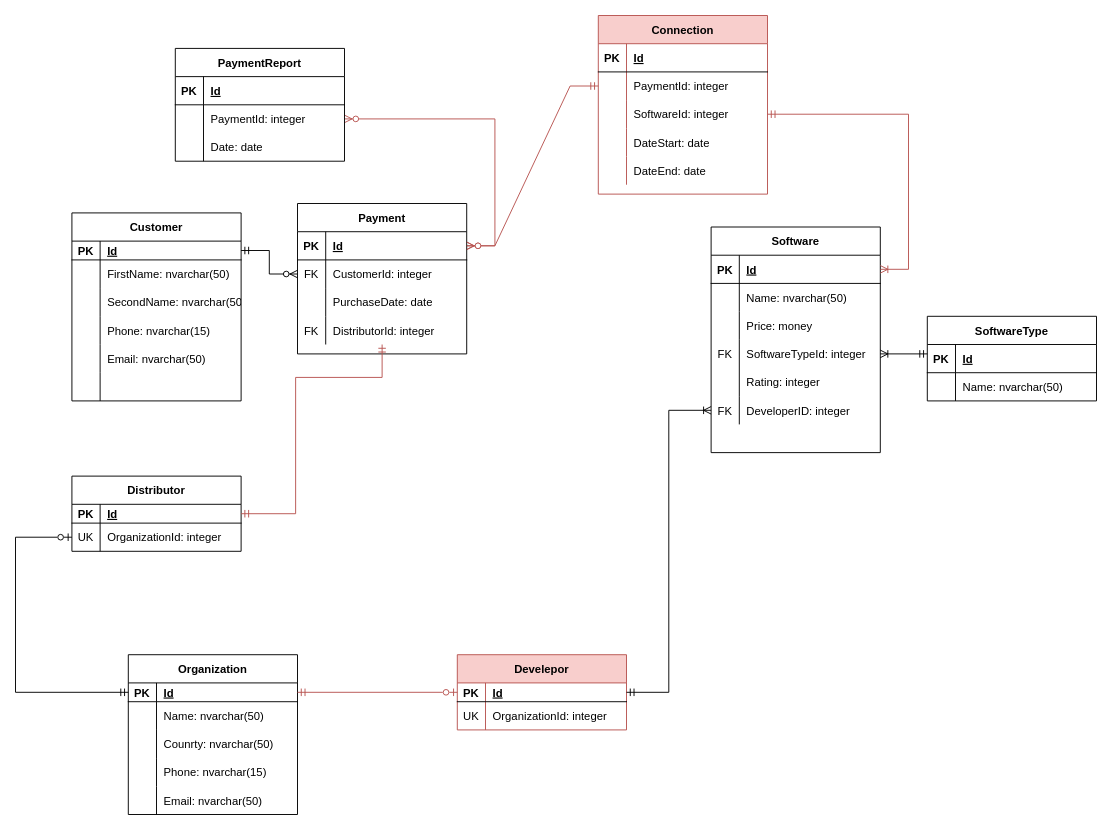
This is ER_Diagr.drawio from NikitaGusevZ/FirstRepository, a draw.io file, before an edit. Source tidied: cells renumbered, new cells numbered last; positions are measured from the earlier drawing's top-left corner, leaving out a move shared by most shapes. Both pictures are drawn from the tidied source at 94%, with x=0, y=0 at pixel (15, 15).
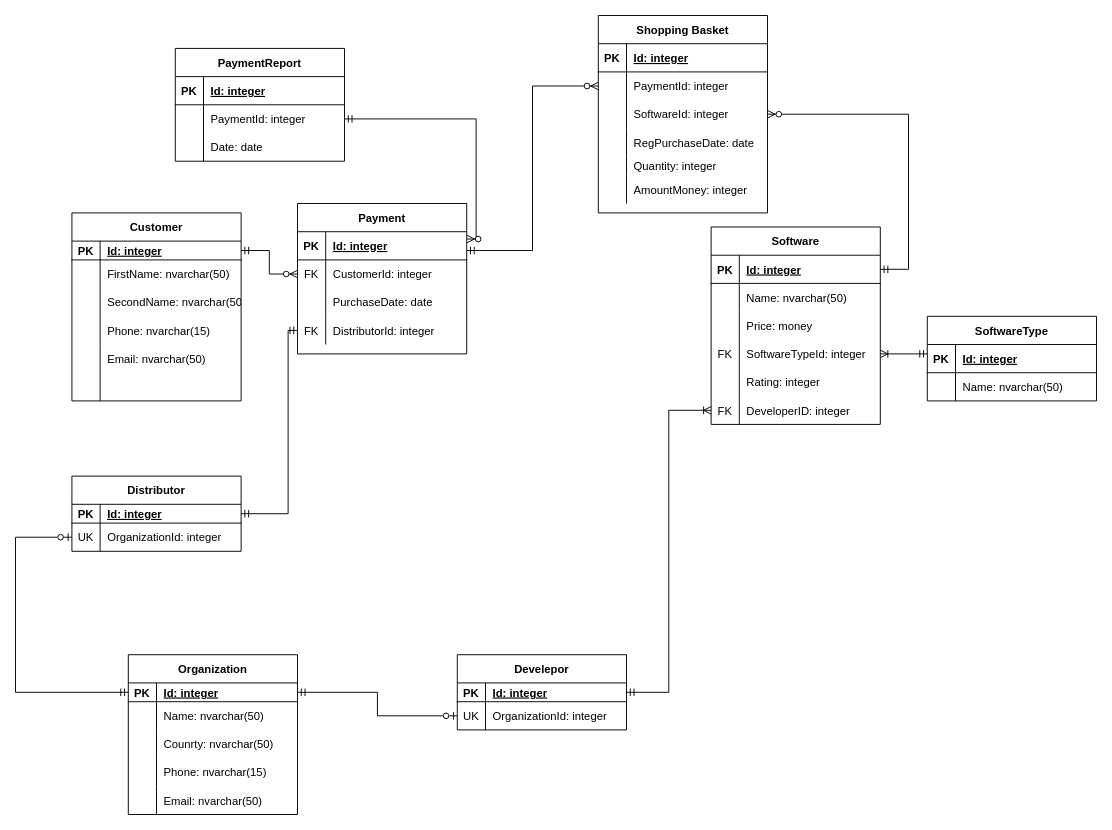
The same page after the edit.

The change refers to these unchanged cells:
```xml
<mxCell id="4" style="shape=partialRectangle;fillColor=none;top=0;left=0;bottom=1;right=0;points=[[0,0.5],[1,0.5]];portConstraint=eastwest;strokeColor=default;" parent="3" vertex="1">
  <mxGeometry y="30" width="180" height="20" as="geometry" />
</mxCell>
<mxCell id="23" style="shape=partialRectangle;fillColor=none;top=0;left=0;bottom=1;right=0;points=[[0,0.5],[1,0.5]];portConstraint=eastwest;strokeColor=default;" parent="22" vertex="1">
  <mxGeometry y="30" width="180" height="30" as="geometry" />
</mxCell>
<mxCell id="42" style="shape=partialRectangle;fillColor=none;top=0;left=0;bottom=1;right=0;points=[[0,0.5],[1,0.5]];portConstraint=eastwest;strokeColor=default;" parent="41" vertex="1">
  <mxGeometry y="30" width="180" height="30" as="geometry" />
</mxCell>
<mxCell id="51" style="shape=partialRectangle;fillColor=none;top=0;left=0;bottom=0;right=0;points=[[0,0.5],[1,0.5]];portConstraint=eastwest;strokeColor=default;" parent="41" vertex="1">
  <mxGeometry y="120" width="180" height="30" as="geometry" />
</mxCell>
<mxCell id="56" style="shape=partialRectangle;fillColor=none;top=0;left=0;bottom=1;right=0;points=[[0,0.5],[1,0.5]];portConstraint=eastwest;strokeColor=default;" parent="55" vertex="1">
  <mxGeometry y="30" width="180" height="20" as="geometry" />
</mxCell>
<mxCell id="64" style="shape=partialRectangle;fillColor=none;top=0;left=0;bottom=1;right=0;points=[[0,0.5],[1,0.5]];portConstraint=eastwest;strokeColor=default;" parent="63" vertex="1">
  <mxGeometry y="30" width="180" height="20" as="geometry" />
</mxCell>
<mxCell id="67" style="shape=partialRectangle;fillColor=none;top=0;left=0;bottom=0;right=0;points=[[0,0.5],[1,0.5]];portConstraint=eastwest;" parent="63" vertex="1">
  <mxGeometry y="50" width="180" height="30" as="geometry" />
</mxCell>
<mxCell id="72" style="shape=partialRectangle;fillColor=none;top=0;left=0;bottom=1;right=0;points=[[0,0.5],[1,0.5]];portConstraint=eastwest;strokeColor=default;" parent="71" vertex="1">
  <mxGeometry y="30" width="180" height="30" as="geometry" />
</mxCell>
<mxCell id="80" style="shape=partialRectangle;fillColor=none;top=0;left=0;bottom=1;right=0;points=[[0,0.5],[1,0.5]];portConstraint=eastwest;strokeColor=default;" parent="79" vertex="1">
  <mxGeometry y="30" width="180" height="20" as="geometry" />
</mxCell>
<mxCell id="98" style="shape=partialRectangle;fillColor=none;top=0;left=0;bottom=1;right=0;" parent="97" vertex="1">
  <mxGeometry y="30" width="180" height="30" as="geometry" />
</mxCell>
<mxCell id="101" style="shape=partialRectangle;fillColor=none;top=0;left=0;bottom=0;right=0;points=[[0,0.5],[1,0.5]];portConstraint=eastwest;" parent="97" vertex="1">
  <mxGeometry y="60" width="180" height="30" as="geometry" />
</mxCell>
<mxCell id="108" style="shape=partialRectangle;fillColor=none;top=0;left=0;bottom=1;right=0;" parent="107" vertex="1">
  <mxGeometry y="30" width="180" height="30" as="geometry" />
</mxCell>
<mxCell id="111" style="shape=partialRectangle;fillColor=none;top=0;left=0;bottom=0;right=0;points=[[0,0.5],[1,0.5]];portConstraint=eastwest;" parent="107" vertex="1">
  <mxGeometry y="60" width="180" height="30" as="geometry" />
</mxCell>
<mxCell id="114" style="shape=partialRectangle;fillColor=none;top=0;left=0;bottom=0;right=0;points=[[0,0.5],[1,0.5]];portConstraint=eastwest;" parent="107" vertex="1">
  <mxGeometry y="90" width="180" height="30" as="geometry" />
</mxCell>
<mxCell id="117" style="shape=partialRectangle;fillColor=none;top=0;left=0;bottom=0;right=0;" parent="107" vertex="1">
  <mxGeometry y="120" width="180" height="30" as="geometry" />
</mxCell>
```

Diff of the diagram source:
```diff
@@
-    <mxCell id="2" style="edgeStyle=entityRelationEdgeStyle;fontSize=12;html=1;endArrow=ERzeroToMany;endFill=1;startArrow=ERzeroToMany;rounded=0;fillColor=#f8cecc;strokeColor=#b85450;" parent="1" edge="1" source="42" target="101">
-      <mxGeometry relative="1" as="geometry" />
-    </mxCell>
@@
-    <mxCell id="6" value="Id" style="shape=partialRectangle;fillColor=none;top=0;left=0;bottom=0;right=0;align=left;spacingLeft=6;fontStyle=5;overflow=hidden;strokeColor=default;" parent="4" vertex="1">
+    <mxCell id="6" value="Id: integer" style="shape=partialRectangle;fillColor=none;top=0;left=0;bottom=0;right=0;align=left;spacingLeft=6;fontStyle=5;overflow=hidden;strokeColor=default;" parent="4" vertex="1">
       <mxGeometry x="30" width="150" height="20" as="geometry" />
     </mxCell>
@@
     <mxCell id="22" value="Software" style="shape=table;startSize=30;childLayout=tableLayout;rowLines=0;fontStyle=1;align=center;strokeColor=default;" parent="1" vertex="1">
-      <mxGeometry x="740" y="225" width="180" height="240" as="geometry" />
+      <mxGeometry x="740" y="225" width="180" height="210" as="geometry" />
     </mxCell>
@@
-    <mxCell id="25" value="Id" style="shape=partialRectangle;fillColor=none;top=0;left=0;bottom=0;right=0;align=left;spacingLeft=6;fontStyle=5;overflow=hidden;strokeColor=default;" parent="23" vertex="1">
+    <mxCell id="25" value="Id: integer" style="shape=partialRectangle;fillColor=none;top=0;left=0;bottom=0;right=0;align=left;spacingLeft=6;fontStyle=5;overflow=hidden;strokeColor=default;" parent="23" vertex="1">
       <mxGeometry x="30" width="150" height="30" as="geometry" />
     </mxCell>
@@
-    <mxCell id="44" value="Id" style="shape=partialRectangle;fillColor=none;top=0;left=0;bottom=0;right=0;align=left;spacingLeft=6;fontStyle=5;overflow=hidden;strokeColor=default;" parent="42" vertex="1">
+    <mxCell id="44" value="Id: integer" style="shape=partialRectangle;fillColor=none;top=0;left=0;bottom=0;right=0;align=left;spacingLeft=6;fontStyle=5;overflow=hidden;strokeColor=default;" parent="42" vertex="1">
       <mxGeometry x="30" width="150" height="30" as="geometry" />
     </mxCell>
@@
-    <mxCell id="58" value="Id" style="shape=partialRectangle;fillColor=none;top=0;left=0;bottom=0;right=0;align=left;spacingLeft=6;fontStyle=5;overflow=hidden;strokeColor=default;" parent="56" vertex="1">
+    <mxCell id="58" value="Id: integer" style="shape=partialRectangle;fillColor=none;top=0;left=0;bottom=0;right=0;align=left;spacingLeft=6;fontStyle=5;overflow=hidden;strokeColor=default;" parent="56" vertex="1">
       <mxGeometry x="30" width="150" height="20" as="geometry" />
     </mxCell>
@@
-    <mxCell id="62" style="edgeStyle=orthogonalEdgeStyle;fontSize=12;html=1;endArrow=ERmandOne;startArrow=ERmandOne;rounded=0;fillColor=#f8cecc;strokeColor=#b85450;" parent="1" edge="1" source="56" target="51">
+    <mxCell id="62" style="edgeStyle=orthogonalEdgeStyle;fontSize=12;html=1;endArrow=ERmandOne;startArrow=ERmandOne;rounded=0;" parent="1" edge="1" source="56" target="51">
       <mxGeometry relative="1" as="geometry">
         <Array as="points">
-          <mxPoint x="298" y="530" />
-          <mxPoint x="298" y="385" />
+          <mxPoint x="290" y="530" />
+          <mxPoint x="290" y="335" />
         </Array>
       </mxGeometry>
     </mxCell>
-    <mxCell id="63" value="Develepor" style="shape=table;startSize=30;childLayout=tableLayout;rowLines=0;fontStyle=1;align=center;strokeColor=#b85450;fillColor=#f8cecc;" parent="1" vertex="1">
+    <mxCell id="63" value="Develepor" style="shape=table;startSize=30;childLayout=tableLayout;rowLines=0;fontStyle=1;align=center;" parent="1" vertex="1">
       <mxGeometry x="470" y="680" width="180" height="80" as="geometry" />
     </mxCell>
@@
-    <mxCell id="66" value="Id" style="shape=partialRectangle;fillColor=none;top=0;left=0;bottom=0;right=0;align=left;spacingLeft=6;fontStyle=5;overflow=hidden;strokeColor=default;" parent="64" vertex="1">
+    <mxCell id="66" value="Id: integer" style="shape=partialRectangle;fillColor=none;top=0;left=0;bottom=0;right=0;align=left;spacingLeft=6;fontStyle=5;overflow=hidden;strokeColor=default;" parent="64" vertex="1">
       <mxGeometry x="30" width="150" height="20" as="geometry" />
     </mxCell>
@@
-    <mxCell id="74" value="Id" style="shape=partialRectangle;fillColor=none;top=0;left=0;bottom=0;right=0;align=left;spacingLeft=6;fontStyle=5;overflow=hidden;strokeColor=default;" parent="72" vertex="1">
+    <mxCell id="74" value="Id: integer" style="shape=partialRectangle;fillColor=none;top=0;left=0;bottom=0;right=0;align=left;spacingLeft=6;fontStyle=5;overflow=hidden;strokeColor=default;" parent="72" vertex="1">
       <mxGeometry x="30" width="150" height="30" as="geometry" />
     </mxCell>
@@
-    <mxCell id="82" value="Id" style="shape=partialRectangle;fillColor=none;top=0;left=0;bottom=0;right=0;align=left;spacingLeft=6;fontStyle=5;overflow=hidden;strokeColor=default;" parent="80" vertex="1">
+    <mxCell id="82" value="Id: integer" style="shape=partialRectangle;fillColor=none;top=0;left=0;bottom=0;right=0;align=left;spacingLeft=6;fontStyle=5;overflow=hidden;strokeColor=default;" parent="80" vertex="1">
       <mxGeometry x="30" width="150" height="20" as="geometry" />
     </mxCell>
@@
-    <mxCell id="95" style="edgeStyle=orthogonalEdgeStyle;fontSize=12;html=1;endArrow=ERmandOne;startArrow=ERzeroToOne;rounded=0;startFill=0;exitX=0;exitY=0.5;exitDx=0;exitDy=0;endFill=0;fillColor=#f8cecc;strokeColor=#b85450;" parent="1" edge="1" source="64" target="80">
+    <mxCell id="95" style="fontSize=12;html=1;endArrow=ERmandOne;startArrow=ERzeroToOne;rounded=0;startFill=0;endFill=0;edgeStyle=orthogonalEdgeStyle;" parent="1" edge="1" source="67" target="80">
       <mxGeometry relative="1" as="geometry" />
     </mxCell>
@@
-    <mxCell id="100" value="Id" style="shape=partialRectangle;fillColor=none;top=0;left=0;bottom=0;right=0;align=left;spacingLeft=6;fontStyle=5;overflow=hidden;" parent="98" vertex="1">
+    <mxCell id="100" value="Id: integer" style="shape=partialRectangle;fillColor=none;top=0;left=0;bottom=0;right=0;align=left;spacingLeft=6;fontStyle=5;overflow=hidden;" parent="98" vertex="1">
       <mxGeometry x="30" width="150" height="30" as="geometry" />
     </mxCell>
@@
-    <mxCell id="107" value="Connection" style="shape=table;startSize=30;childLayout=tableLayout;rowLines=0;fontStyle=1;align=center;fillColor=#f8cecc;strokeColor=#b85450;" parent="1" vertex="1">
-      <mxGeometry x="620" width="180" height="190" as="geometry" />
+    <mxCell id="107" value="Shopping Basket" style="shape=table;startSize=30;childLayout=tableLayout;rowLines=0;fontStyle=1;align=center;" parent="1" vertex="1">
+      <mxGeometry x="620" width="180" height="210" as="geometry" />
     </mxCell>
@@
-    <mxCell id="110" value="Id" style="shape=partialRectangle;fillColor=none;top=0;left=0;bottom=0;right=0;align=left;spacingLeft=6;fontStyle=5;overflow=hidden;" parent="108" vertex="1">
+    <mxCell id="110" value="Id: integer" style="shape=partialRectangle;fillColor=none;top=0;left=0;bottom=0;right=0;align=left;spacingLeft=6;fontStyle=5;overflow=hidden;" parent="108" vertex="1">
       <mxGeometry x="30" width="150" height="30" as="geometry" />
     </mxCell>
@@
-    <mxCell id="119" value="DateStart: date" style="shape=partialRectangle;fillColor=none;top=0;left=0;bottom=0;right=0;align=left;spacingLeft=6;overflow=hidden;" parent="117" vertex="1">
+    <mxCell id="119" value="RegPurchaseDate: date" style="shape=partialRectangle;fillColor=none;top=0;left=0;bottom=0;right=0;align=left;spacingLeft=6;overflow=hidden;" parent="117" vertex="1">
       <mxGeometry x="30" width="150" height="30" as="geometry" />
     </mxCell>
     <mxCell id="120" style="shape=partialRectangle;fillColor=none;top=0;left=0;bottom=0;right=0;" parent="107" vertex="1">
-      <mxGeometry y="150" width="180" height="30" as="geometry" />
+      <mxGeometry y="150" width="180" height="20" as="geometry" />
     </mxCell>
     <mxCell id="121" style="shape=partialRectangle;fillColor=none;top=0;left=0;bottom=0;right=0;overflow=hidden;" parent="120" vertex="1">
-      <mxGeometry width="30" height="30" as="geometry" />
+      <mxGeometry width="30" height="20" as="geometry" />
     </mxCell>
-    <mxCell id="122" value="DateEnd: date" style="shape=partialRectangle;fillColor=none;top=0;left=0;bottom=0;right=0;align=left;spacingLeft=6;overflow=hidden;" parent="120" vertex="1">
-      <mxGeometry x="30" width="150" height="30" as="geometry" />
+    <mxCell id="122" value="Quantity: integer" style="shape=partialRectangle;fillColor=none;top=0;left=0;bottom=0;right=0;align=left;spacingLeft=6;overflow=hidden;" parent="120" vertex="1">
+      <mxGeometry x="30" width="150" height="20" as="geometry" />
     </mxCell>
+    <mxCell id="125" style="shape=partialRectangle;fillColor=none;top=0;left=0;bottom=0;right=0;" parent="107" vertex="1">
+      <mxGeometry y="170" width="180" height="30" as="geometry" />
+    </mxCell>
+    <mxCell id="126" style="shape=partialRectangle;fillColor=none;top=0;left=0;bottom=0;right=0;overflow=hidden;" parent="125" vertex="1">
+      <mxGeometry width="30" height="30" as="geometry" />
+    </mxCell>
+    <mxCell id="127" value="AmountMoney: integer" style="shape=partialRectangle;fillColor=none;top=0;left=0;bottom=0;right=0;align=left;spacingLeft=6;overflow=hidden;" parent="125" vertex="1">
+      <mxGeometry x="30" width="150" height="30" as="geometry" />
+    </mxCell>
-    <mxCell id="123" style="edgeStyle=entityRelationEdgeStyle;fontSize=12;html=1;endArrow=ERzeroToMany;startArrow=ERmandOne;rounded=0;fillColor=#f8cecc;strokeColor=#b85450;" parent="1" edge="1" source="111" target="42">
-      <mxGeometry relative="1" as="geometry" />
+    <mxCell id="123" style="edgeStyle=orthogonalEdgeStyle;fontSize=12;html=1;endArrow=ERzeroToMany;startArrow=ERmandOne;rounded=0;" parent="1" edge="1" target="111">
+      <mxGeometry relative="1" as="geometry">
+        <mxPoint x="480" y="250" as="sourcePoint" />
+        <Array as="points">
+          <mxPoint x="550" y="250" />
+          <mxPoint x="550" y="75" />
+        </Array>
+      </mxGeometry>
     </mxCell>
-    <mxCell id="124" style="edgeStyle=entityRelationEdgeStyle;fontSize=12;html=1;endArrow=ERoneToMany;startArrow=ERmandOne;rounded=0;fillColor=#f8cecc;strokeColor=#b85450;" parent="1" edge="1" source="114" target="23">
-      <mxGeometry relative="1" as="geometry" />
-    </mxCell>
+    <mxCell id="128" style="edgeStyle=orthogonalEdgeStyle;fontSize=12;html=1;endArrow=ERzeroToMany;startArrow=ERmandOne;rounded=0;entryX=1.001;entryY=0.26;entryDx=0;entryDy=0;entryPerimeter=0;" parent="1" edge="1" source="101" target="42">
+      <mxGeometry relative="1" as="geometry" />
+    </mxCell>
+    <mxCell id="129" style="edgeStyle=entityRelationEdgeStyle;fontSize=12;html=1;endArrow=ERzeroToMany;startArrow=ERmandOne;rounded=0;" parent="1" edge="1" source="23" target="114">
+      <mxGeometry relative="1" as="geometry" />
+    </mxCell>
```
